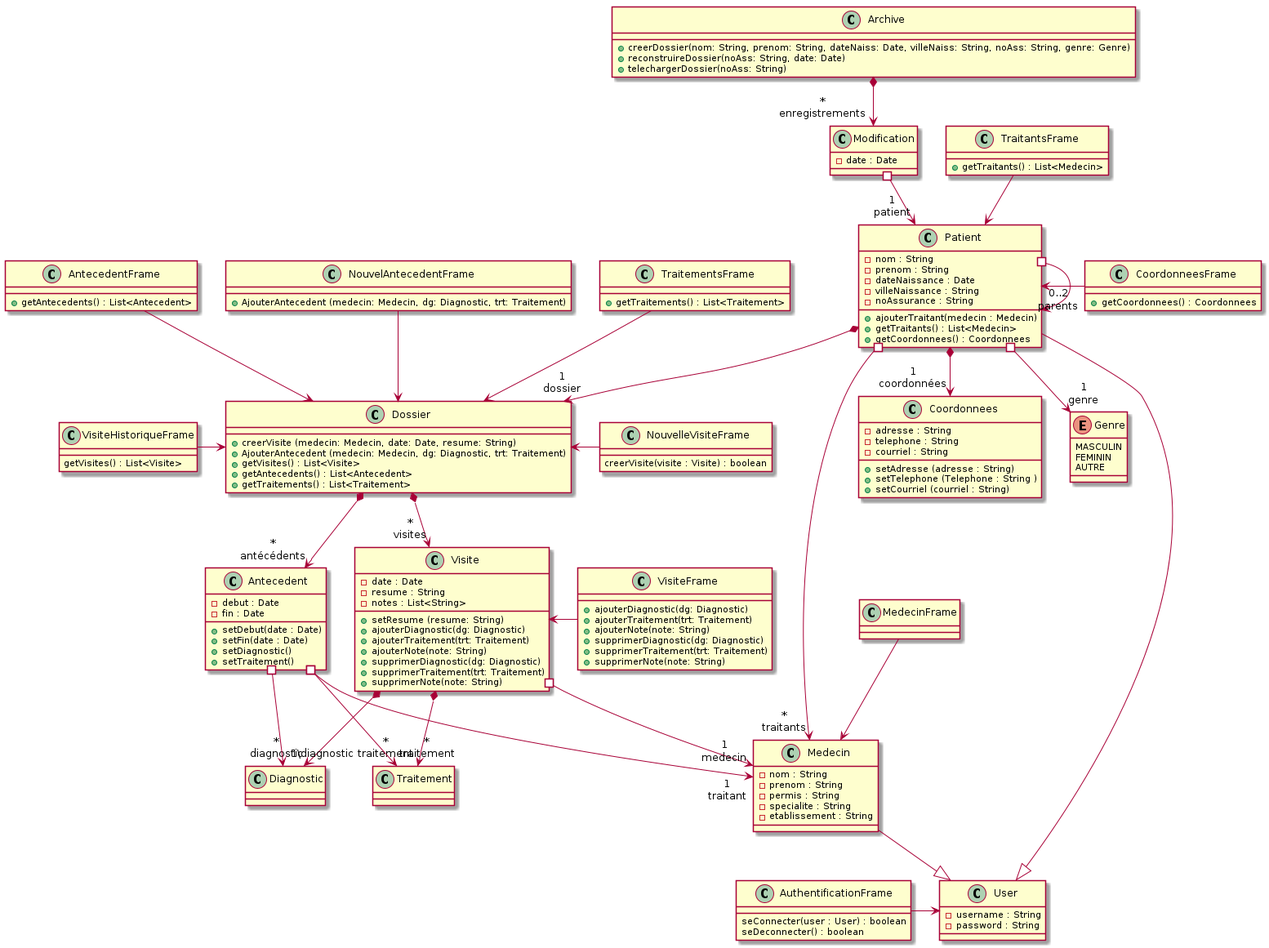
Above: models/class_diagram.png in fethiuqam/INF5153-Projet-Session (PlantUML), before the change.
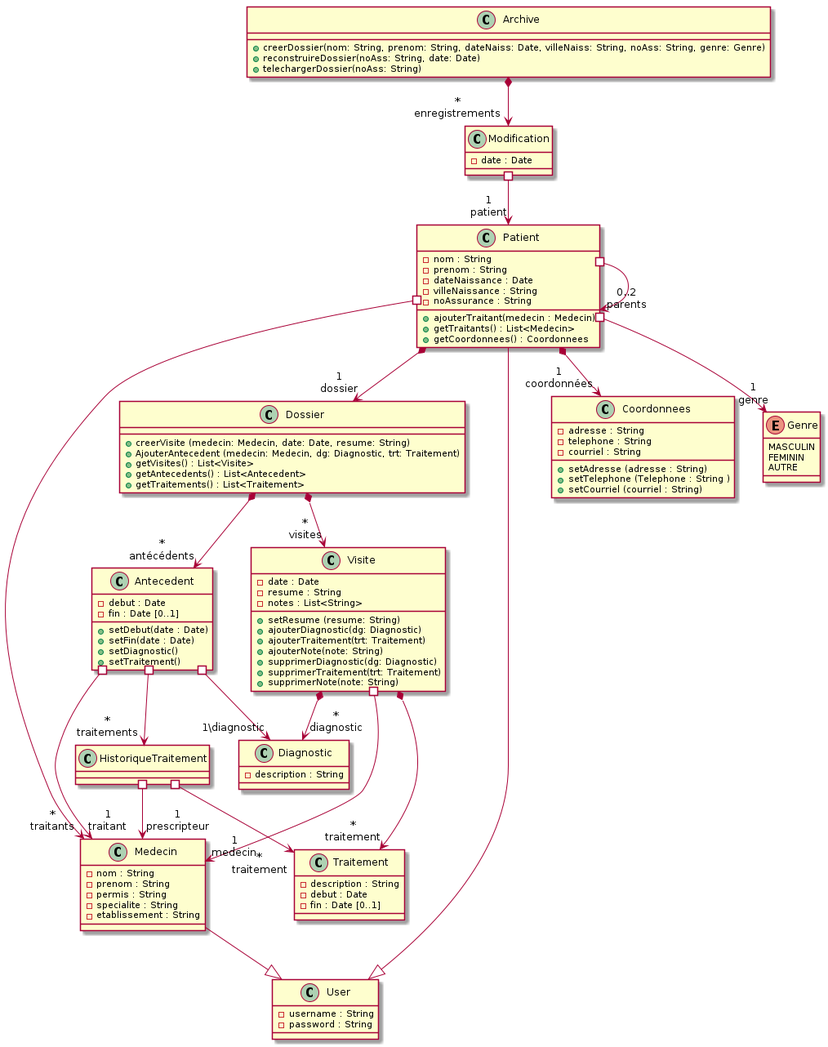
After the commit.

Commit message:
mise a jour du diagramme de class global

The edit, as a diff of the source:
```diff
@@ -1,4 +1,6 @@
 @startuml
+
+
 
 class User {
     - username : String
@@ -52,21 +54,28 @@
     + supprimerNote(note: String)
 }
 
+
 class Antecedent {
     - debut : Date
-    - fin : Date
+    - fin : Date [0..1]
     + setDebut(date : Date)
     + setFin(date : Date)
     + setDiagnostic()
     + setTraitement()
 }
 
-class Diagnostic {
+class HistoriqueTraitement {
 
 }
 
+class Diagnostic {
+    - description : String
+}
+
 class Traitement {
-
+    - description : String
+    - debut : Date
+    - fin : Date [0..1]
 }
 
 class Medecin {
@@ -87,54 +96,6 @@
     + telechargerDossier(noAss: String)
 }
 
-class AuthentificationFrame {
-    seConnecter(user : User) : boolean
-    seDeconnecter() : boolean
-}
-
-class VisiteHistoriqueFrame {
-    getVisites() : List<Visite>
-
-}
-
-class VisiteFrame {
-    + ajouterDiagnostic(dg: Diagnostic)
-    + ajouterTraitement(trt: Traitement)
-    + ajouterNote(note: String)
-    + supprimerDiagnostic(dg: Diagnostic)
-    + supprimerTraitement(trt: Traitement)
-    + supprimerNote(note: String)
-}
-
-class NouvelleVisiteFrame {
-    creerVisite(visite : Visite) : boolean
-}
-
-class AntecedentFrame {
-    + getAntecedents() : List<Antecedent>
-}
-
-class NouvelAntecedentFrame {
-    + AjouterAntecedent (medecin: Medecin, dg: Diagnostic, trt: Traitement)
-}
-
-class TraitantsFrame {
-    + getTraitants() : List<Medecin>
-}
-
-class MedecinFrame {
-
-}
-
-class TraitementsFrame {
-    + getTraitements() : List<Traitement>
-}
-
-class CoordonneesFrame {
-    + getCoordonnees() : Coordonnees
-}
-
-
 Medecin --|> User
 
 Patient --|> User
@@ -153,20 +114,11 @@
 
 Antecedent #--> "1\ntraitant" Medecin
 Antecedent #--> "1\diagnostic" Diagnostic
-Antecedent #--> "*\ntraitement" Traitement
+Antecedent #--> "*\ntraitements" HistoriqueTraitement
+HistoriqueTraitement #--> "*\ntraitement" Traitement
+HistoriqueTraitement #--> "1\nprescripteur" Medecin
 
 Modification #-->"1\npatient" Patient
 Archive *-->"*\nenregistrements" Modification
 
-AuthentificationFrame -r-> User
-CoordonneesFrame -l-> Patient
-VisiteHistoriqueFrame -r-> Dossier
-VisiteFrame -l-> Visite
-NouvelleVisiteFrame -l-> Dossier
-AntecedentFrame --> Dossier
-NouvelAntecedentFrame --> Dossier
-TraitantsFrame --> Patient
-MedecinFrame --> Medecin
-TraitementsFrame --> Dossier
-
 @enduml
```
